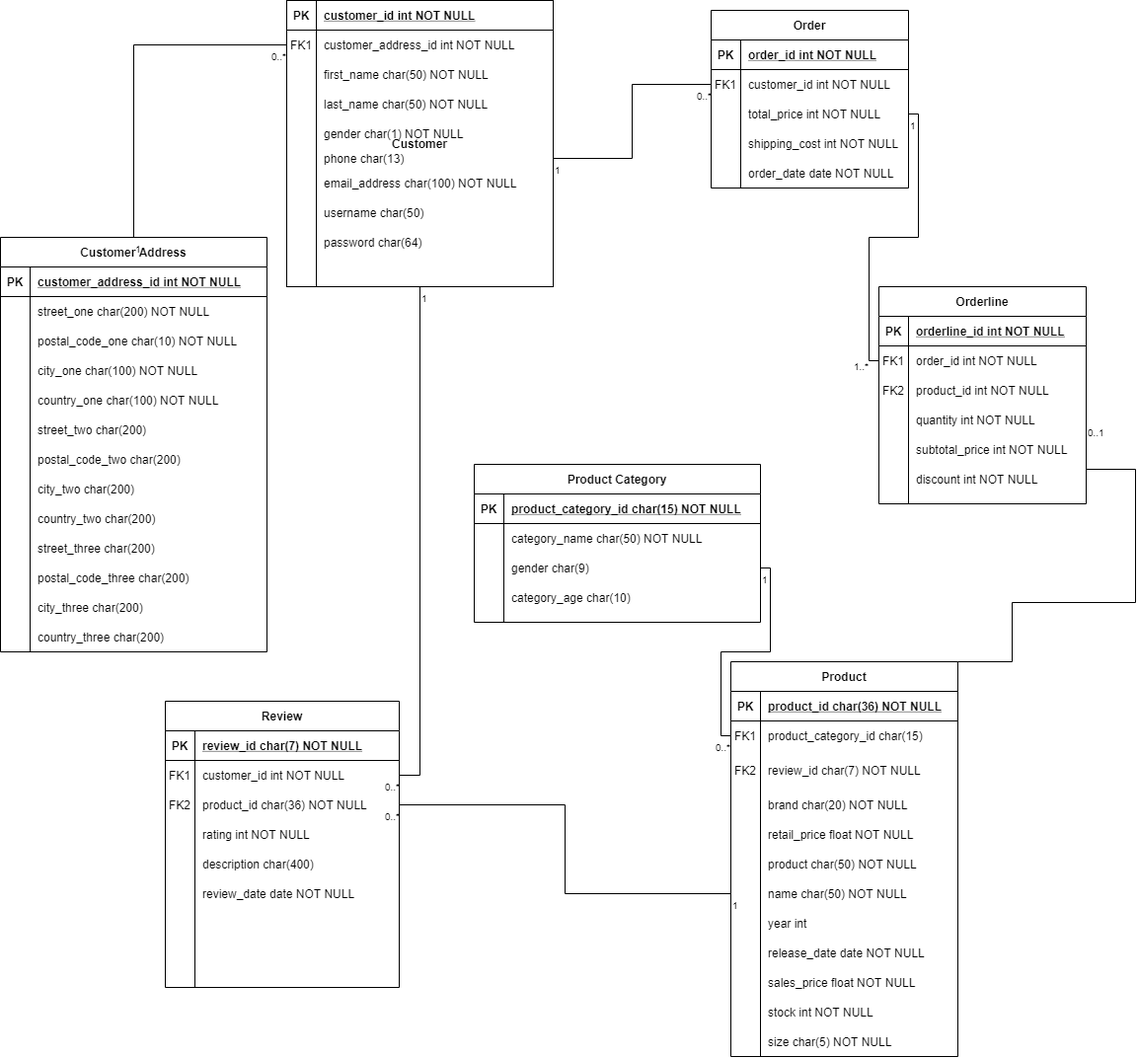
Above: Diagrams/Brantayes ERD v2.png in Cerbersec/WebApp (draw.io), before the change. Source tidied: cells renumbered, new cells last; positions are measured from the earlier drawing's top-left corner, leaving out a move shared by most shapes.
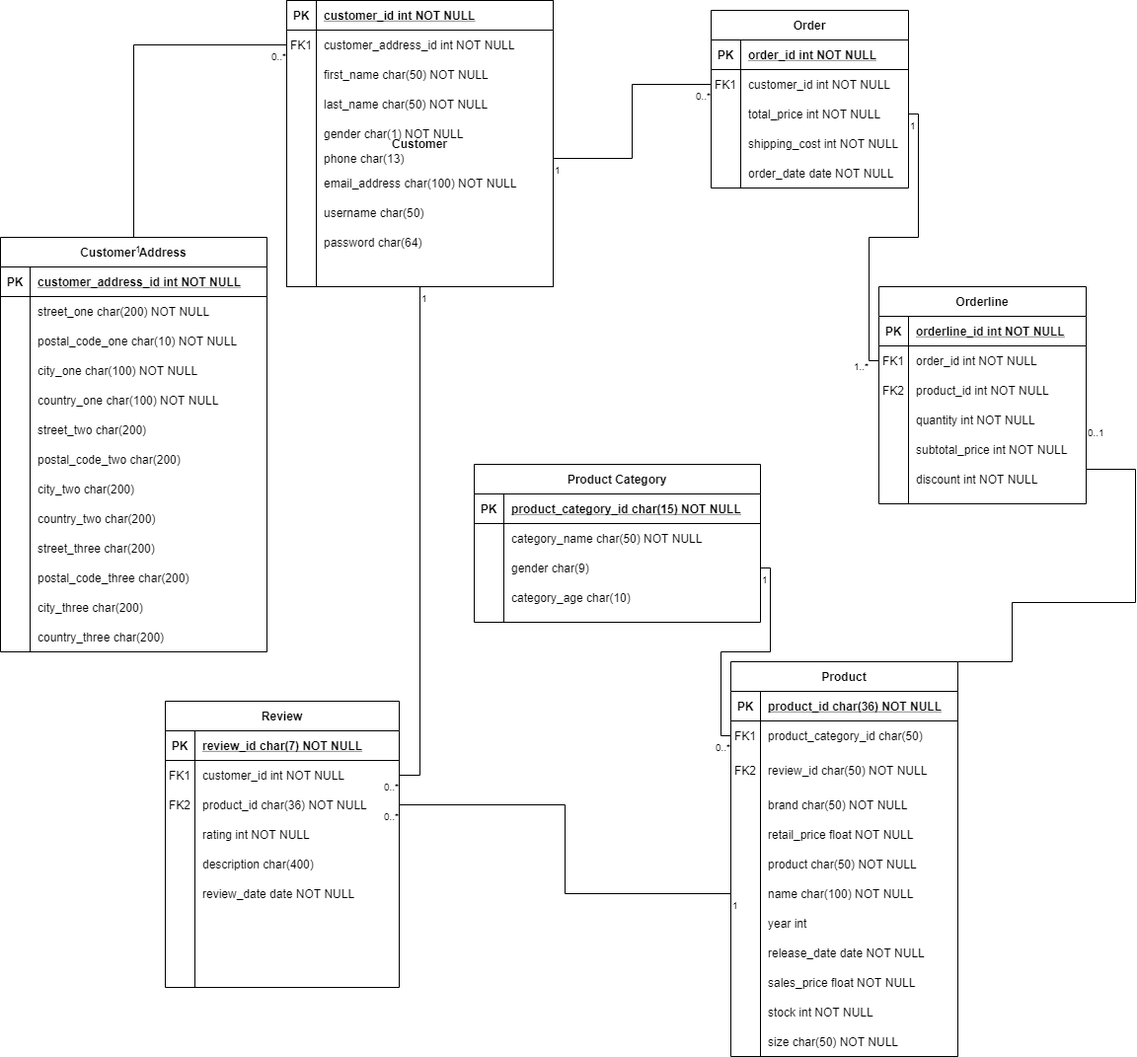
Above is the later version.

The edit, as a diff of the source:
```diff
@@ -447,7 +447,7 @@
     <mxCell id="146" value="FK1" style="shape=partialRectangle;fillColor=none;top=0;left=0;bottom=0;right=0;overflow=hidden;" parent="145" vertex="1">
       <mxGeometry width="30" height="30" as="geometry" />
     </mxCell>
-    <mxCell id="147" value="product_category_id char(15)" style="shape=partialRectangle;fillColor=none;top=0;left=0;bottom=0;right=0;align=left;spacingLeft=6;overflow=hidden;" parent="145" vertex="1">
+    <mxCell id="147" value="product_category_id char(50)" style="shape=partialRectangle;fillColor=none;top=0;left=0;bottom=0;right=0;align=left;spacingLeft=6;overflow=hidden;" parent="145" vertex="1">
       <mxGeometry x="30" width="200" height="30" as="geometry" />
     </mxCell>
     <mxCell id="148" style="shape=partialRectangle;fillColor=none;top=0;left=0;bottom=0;right=0;" parent="141" vertex="1">
@@ -456,7 +456,7 @@
     <mxCell id="149" value="FK2" style="shape=partialRectangle;fillColor=none;top=0;left=0;bottom=0;right=0;overflow=hidden;" parent="148" vertex="1">
       <mxGeometry width="30" height="40" as="geometry" />
     </mxCell>
-    <mxCell id="150" value="review_id char(7) NOT NULL" style="shape=partialRectangle;fillColor=none;top=0;left=0;bottom=0;right=0;align=left;spacingLeft=6;overflow=hidden;" parent="148" vertex="1">
+    <mxCell id="150" value="review_id char(50) NOT NULL" style="shape=partialRectangle;fillColor=none;top=0;left=0;bottom=0;right=0;align=left;spacingLeft=6;overflow=hidden;" parent="148" vertex="1">
       <mxGeometry x="30" width="200" height="40" as="geometry" />
     </mxCell>
     <mxCell id="151" style="shape=partialRectangle;fillColor=none;top=0;left=0;bottom=0;right=0;" parent="141" vertex="1">
@@ -465,7 +465,7 @@
     <mxCell id="152" style="shape=partialRectangle;fillColor=none;top=0;left=0;bottom=0;right=0;overflow=hidden;" parent="151" vertex="1">
       <mxGeometry width="30" height="30" as="geometry" />
     </mxCell>
-    <mxCell id="153" value="brand char(20) NOT NULL" style="shape=partialRectangle;fillColor=none;top=0;left=0;bottom=0;right=0;align=left;spacingLeft=6;overflow=hidden;" parent="151" vertex="1">
+    <mxCell id="153" value="brand char(50) NOT NULL" style="shape=partialRectangle;fillColor=none;top=0;left=0;bottom=0;right=0;align=left;spacingLeft=6;overflow=hidden;" parent="151" vertex="1">
       <mxGeometry x="30" width="200" height="30" as="geometry" />
     </mxCell>
     <mxCell id="154" style="shape=partialRectangle;fillColor=none;top=0;left=0;bottom=0;right=0;" parent="141" vertex="1">
@@ -492,7 +492,7 @@
     <mxCell id="161" style="shape=partialRectangle;fillColor=none;top=0;left=0;bottom=0;right=0;overflow=hidden;" parent="160" vertex="1">
       <mxGeometry width="30" height="30" as="geometry" />
     </mxCell>
-    <mxCell id="162" value="name char(50) NOT NULL" style="shape=partialRectangle;fillColor=none;top=0;left=0;bottom=0;right=0;align=left;spacingLeft=6;overflow=hidden;" parent="160" vertex="1">
+    <mxCell id="162" value="name char(100) NOT NULL" style="shape=partialRectangle;fillColor=none;top=0;left=0;bottom=0;right=0;align=left;spacingLeft=6;overflow=hidden;" parent="160" vertex="1">
       <mxGeometry x="30" width="200" height="30" as="geometry" />
     </mxCell>
     <mxCell id="163" style="shape=partialRectangle;fillColor=none;top=0;left=0;bottom=0;right=0;" parent="141" vertex="1">
@@ -537,7 +537,7 @@
     <mxCell id="176" style="shape=partialRectangle;fillColor=none;top=0;left=0;bottom=0;right=0;overflow=hidden;" parent="175" vertex="1">
       <mxGeometry width="30" height="30" as="geometry" />
     </mxCell>
-    <mxCell id="177" value="size char(5) NOT NULL" style="shape=partialRectangle;fillColor=none;top=0;left=0;bottom=0;right=0;align=left;spacingLeft=6;overflow=hidden;" parent="175" vertex="1">
+    <mxCell id="177" value="size char(50) NOT NULL" style="shape=partialRectangle;fillColor=none;top=0;left=0;bottom=0;right=0;align=left;spacingLeft=6;overflow=hidden;" parent="175" vertex="1">
       <mxGeometry x="30" width="200" height="30" as="geometry" />
     </mxCell>
     <mxCell id="178" value="Review" style="shape=table;startSize=30;rowLines=0;fontStyle=1;align=center;" parent="1" vertex="1">
```
